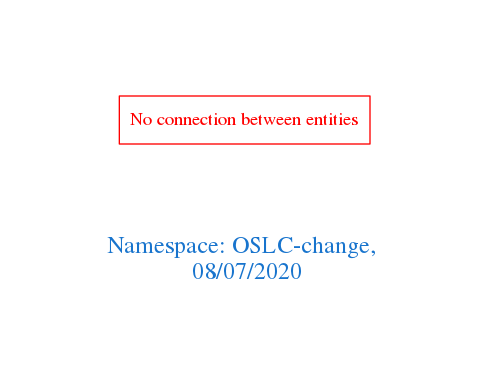
This is downloads/OSLC-change.png from arago/OGIT, a Graphviz export, as it was before one commit. Its source is kept beside it as downloads/OSLC-change.dot.
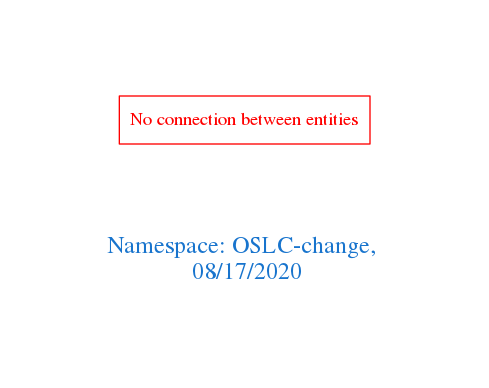
The same file after the commit.

Change to the diagram source:
```diff
@@ -1,7 +1,7 @@
 digraph OGIT_ontology {
  graph [ rankdir= LR,pad=1
 fontsize = 18,
-fontcolor= dodgerblue3,label = "\n\n\nNamespace: OSLC-change, \n 08/07/2020"];
+fontcolor= dodgerblue3,label = "\n\n\nNamespace: OSLC-change, \n 08/17/2020"];
 node[shape=polygon];
 edge [  color="gray81"];
 
```
